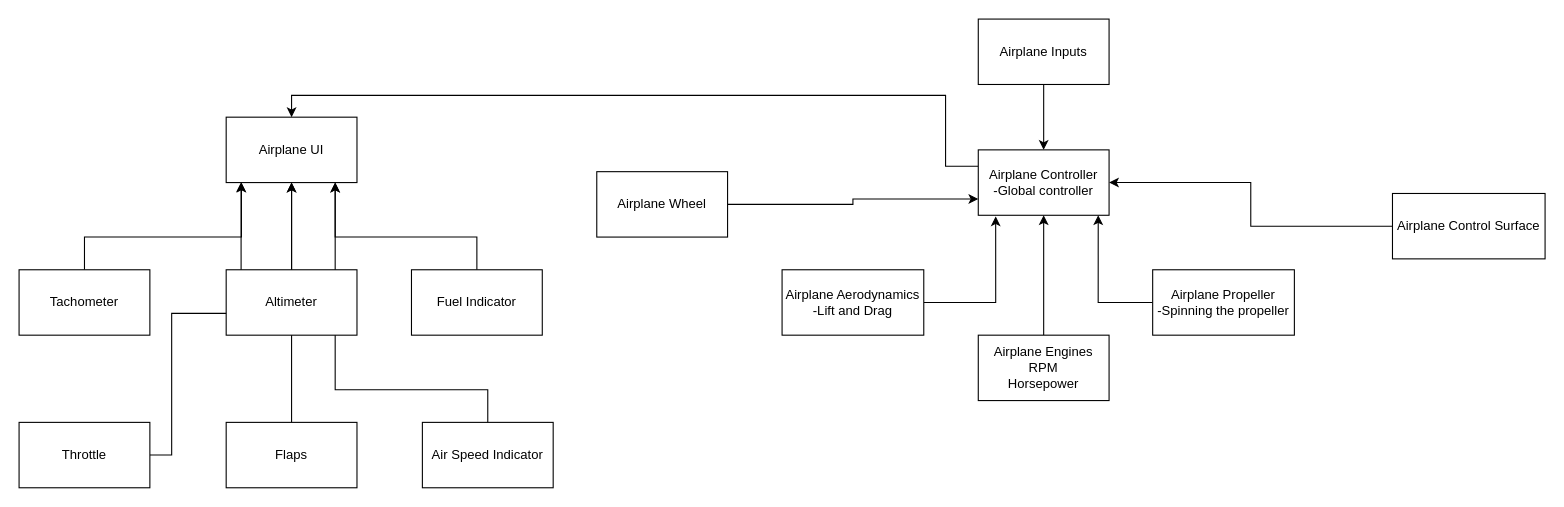
Above: Airplane Physics.drawio in sydney06/Draw.io (draw.io), before the change. Source tidied: cells renumbered, new cells numbered last; positions are measured from the earlier drawing's top-left corner, leaving out a move shared by most shapes. Both pictures are drawn from the tidied source at 109%, with x=0, y=0 at pixel (19, 19).
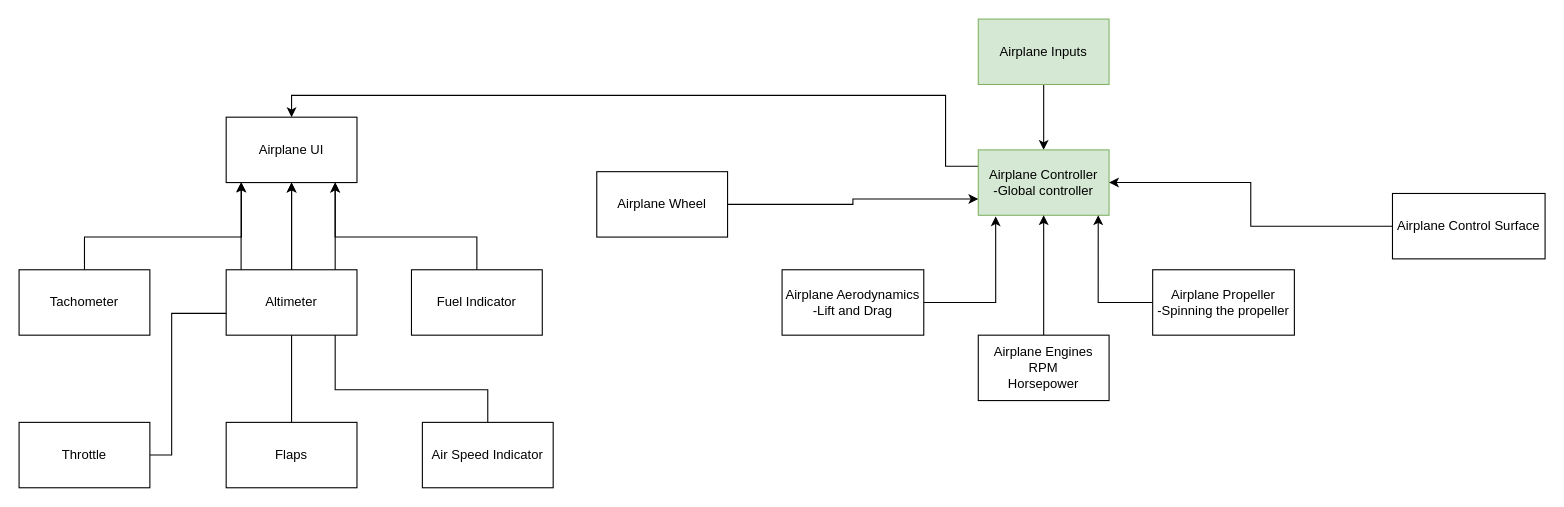
After the change.

Diff of the diagram source:
```diff
@@
-    <mxCell id="3" value="Airplane Inputs" style="rounded=0;whiteSpace=wrap;html=1;" parent="1" vertex="1">
+    <mxCell id="3" value="Airplane Inputs" style="rounded=0;whiteSpace=wrap;html=1;fillColor=#d5e8d4;strokeColor=#82b366;" parent="1" vertex="1">
       <mxGeometry x="880" width="120" height="60" as="geometry" />
     </mxCell>
@@
-    <mxCell id="5" value="Airplane Controller&lt;br&gt;-Global controller" style="rounded=0;whiteSpace=wrap;html=1;" parent="1" vertex="1">
+    <mxCell id="5" value="Airplane Controller&lt;br&gt;-Global controller" style="rounded=0;whiteSpace=wrap;html=1;fillColor=#d5e8d4;strokeColor=#82b366;" parent="1" vertex="1">
       <mxGeometry x="880" y="120" width="120" height="60" as="geometry" />
     </mxCell>
```
